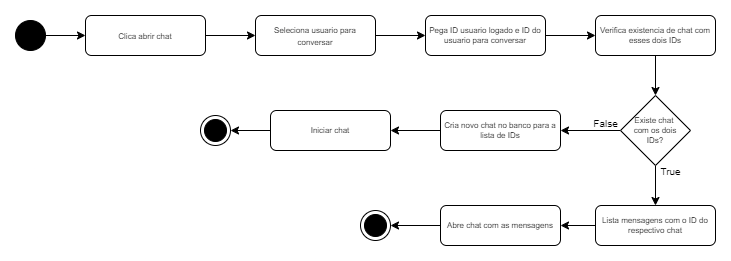
Before: diagramas/abrir_chat.drawio.png, a diagram exported from draw.io (eqMoura01/web-chat-websocket). Source tidied: cells renumbered, new cells last; positions are measured from the earlier drawing's top-left corner, leaving out a move shared by most shapes.
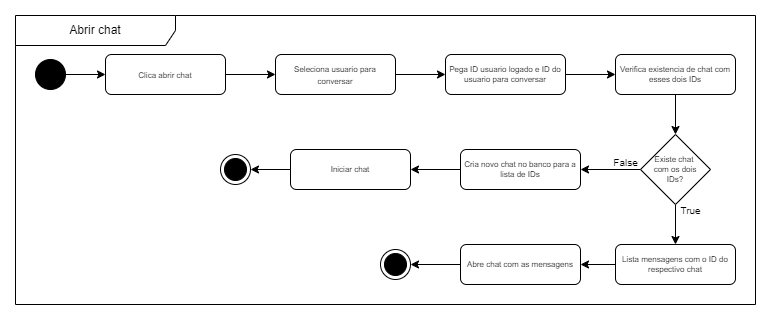
After the change.

Commit message:
docs; adiciona diagrama de abertura de chat

Diff of the diagram source:
```diff
@@ -77,5 +77,8 @@
     <mxCell id="26" value="Abre chat com as mensagens" style="rounded=1;whiteSpace=wrap;html=1;fontSize=8;glass=0;strokeWidth=1;shadow=0;" parent="1" vertex="1">
       <mxGeometry x="425" y="190" width="120" height="40" as="geometry" />
     </mxCell>
+    <mxCell id="27" value="Abrir chat" style="shape=umlFrame;whiteSpace=wrap;html=1;width=160;" parent="1" vertex="1">
+      <mxGeometry x="-20" y="-39" width="740" height="289" as="geometry" />
+    </mxCell>
   </root>
 </mxGraphModel>
```
